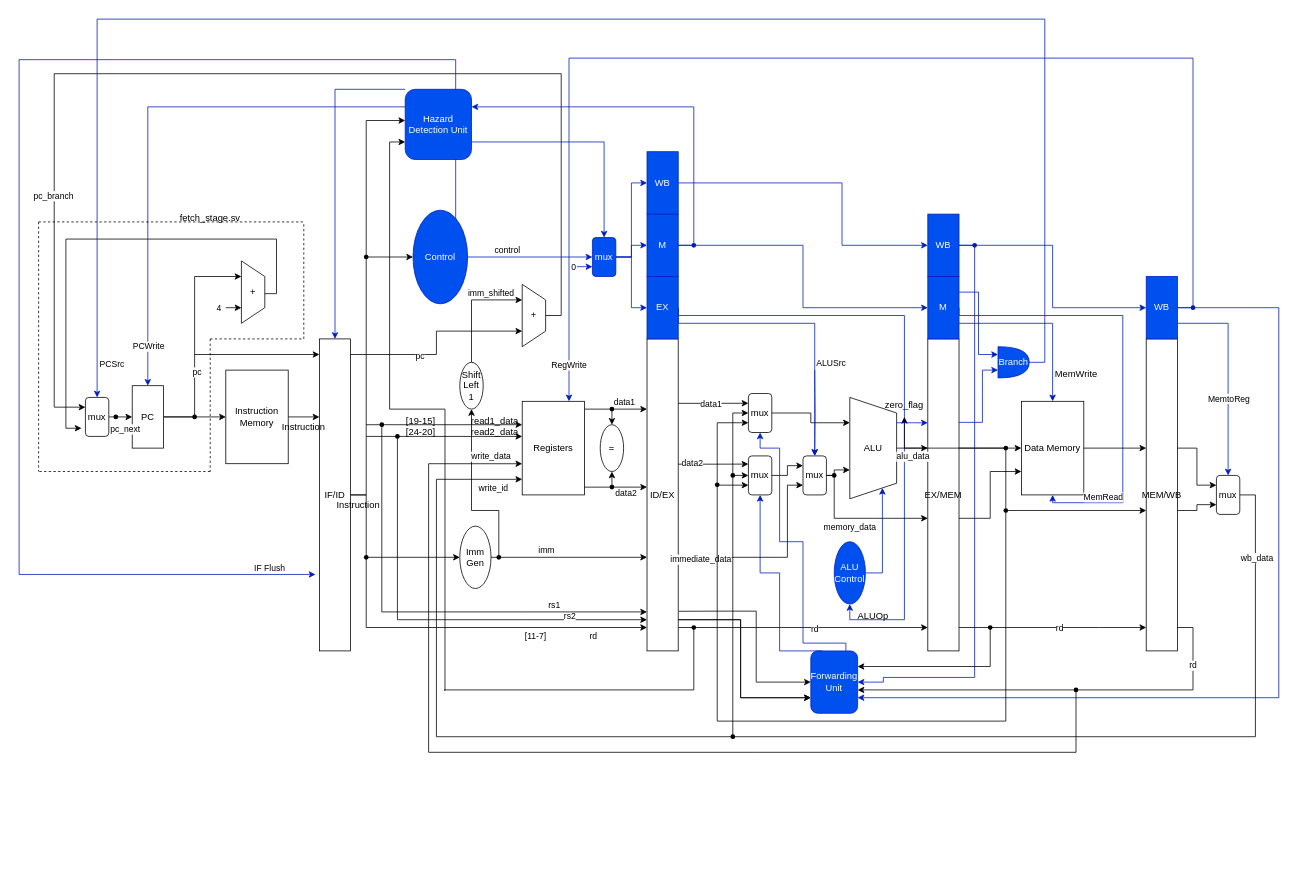
RISC-V-on-FPGA/riscv keeps this draw.io diagram as documentation/Architecture.drawio. Above is the earlier version. Source tidied: cells renumbered, new cells numbered last; positions are measured from the earlier drawing's top-left corner, leaving out a move shared by most shapes. Both pictures are drawn from the tidied source at 78%, with x=0, y=0 at pixel (19, 19).
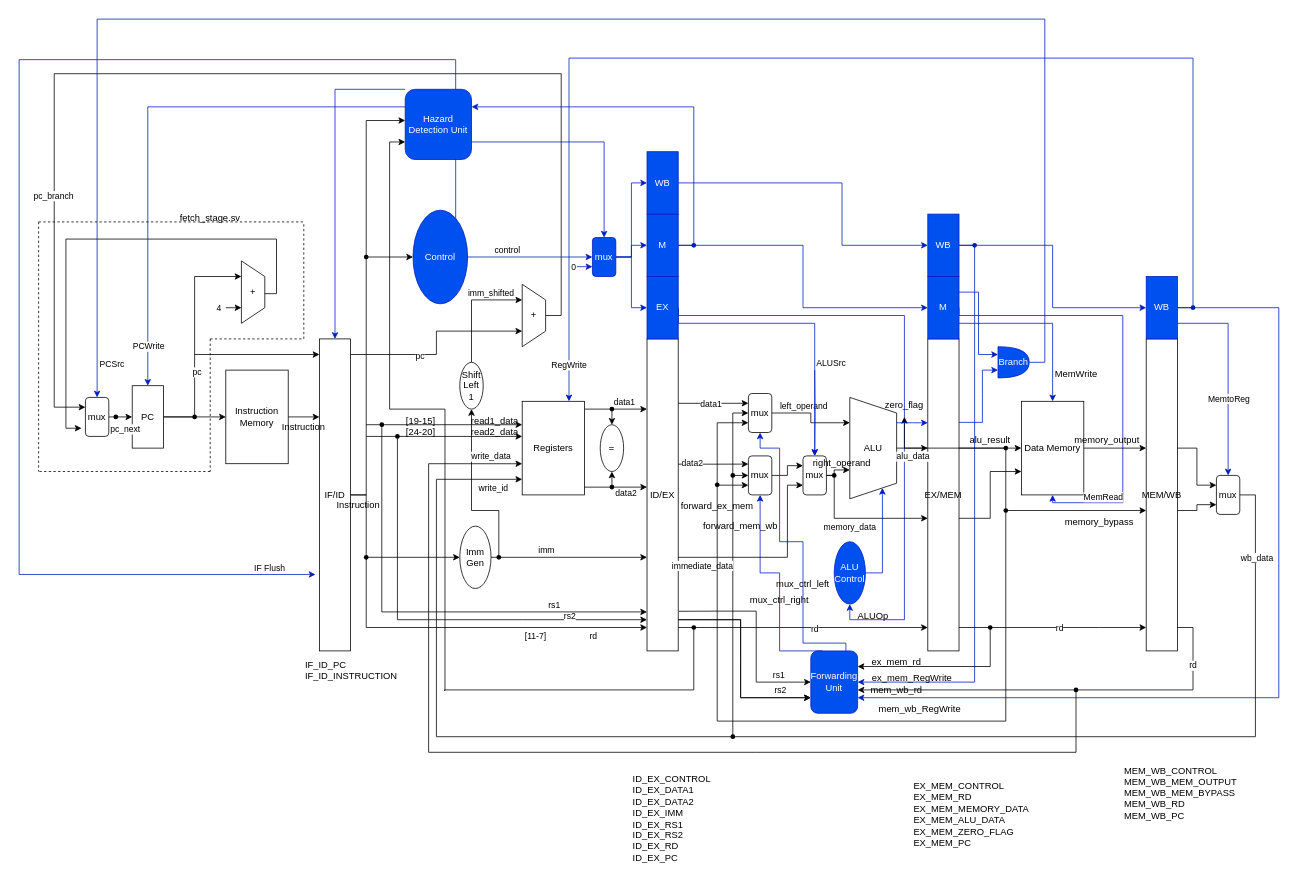
The same page after the edit.

Unchanged cells that the change refers to:
```xml
<mxCell id="56" style="edgeStyle=orthogonalEdgeStyle;rounded=0;jettySize=auto;html=1;exitX=1;exitY=0.5;exitDx=0;exitDy=0;entryX=0.25;entryY=1;entryDx=0;entryDy=0;" parent="1" edge="1" source="49" target="57">
  <mxGeometry relative="1" as="geometry" />
</mxCell>
<mxCell id="84" value="WB&lt;br&gt;" style="rounded=0;whiteSpace=wrap;html=1;fillColor=#0050ef;fontColor=#ffffff;strokeColor=#001DBC;" parent="1" vertex="1">
  <mxGeometry x="1165" y="250" width="40" height="80" as="geometry" />
</mxCell>
<mxCell id="124" style="endArrow=classic;html=1;rounded=0;entryX=0;entryY=0.5;entryDx=0;entryDy=0;exitX=1.022;exitY=0.873;exitDx=0;exitDy=0;exitPerimeter=0;" parent="1" edge="1" source="20">
  <mxGeometry relative="1" as="geometry">
    <mxPoint x="1015" y="850" as="targetPoint" />
    <Array as="points">
      <mxPoint x="895" y="759" />
      <mxPoint x="945" y="759" />
      <mxPoint x="945" y="850" />
    </Array>
  </mxGeometry>
</mxCell>
<mxCell id="126" style="endArrow=classic;html=1;rounded=0;entryX=0;entryY=0.5;entryDx=0;entryDy=0;" parent="1" edge="1">
  <mxGeometry relative="1" as="geometry">
    <mxPoint x="845" y="770" as="sourcePoint" />
    <mxPoint x="1015" y="870" as="targetPoint" />
    <Array as="points">
      <mxPoint x="925" y="770" />
      <mxPoint x="925" y="820" />
      <mxPoint x="925" y="870" />
    </Array>
  </mxGeometry>
</mxCell>
<mxCell id="132" value="Forwarding Unit&lt;br&gt;" style="rounded=1;whiteSpace=wrap;html=1;fillColor=#0050ef;fontColor=#ffffff;strokeColor=#001DBC;" parent="1" vertex="1">
  <mxGeometry x="1015" y="810" width="60" height="80" as="geometry" />
</mxCell>
<mxCell id="146" style="edgeStyle=orthogonalEdgeStyle;rounded=0;jettySize=auto;html=1;exitX=1;exitY=0.7;exitDx=0;exitDy=0;entryX=0;entryY=0.75;entryDx=0;entryDy=0;exitPerimeter=0;" parent="1" edge="1" source="20" target="64">
  <mxGeometry relative="1" as="geometry">
    <Array as="points">
      <mxPoint x="985" y="690" />
      <mxPoint x="985" y="598" />
    </Array>
  </mxGeometry>
</mxCell>
```

What changed in the source:
```diff
@@
+    <mxCell id="199" value="left_operand" style="edgeLabel;html=1;align=center;verticalAlign=middle;" parent="56" vertex="1">
+      <mxGeometry x="-0.52" y="-1" relative="1" as="geometry">
+        <mxPoint x="13" y="-11" as="offset" />
+      </mxGeometry>
+    </mxCell>
@@
     <mxCell id="83" style="edgeStyle=orthogonalEdgeStyle;rounded=0;jettySize=auto;html=1;exitX=1;exitY=0.5;exitDx=0;exitDy=0;entryX=1;entryY=0.5;entryDx=0;entryDy=0;fillColor=#0050ef;strokeColor=#001DBC;" parent="1" edge="1" source="84" target="132">
       <mxGeometry relative="1" as="geometry">
         <Array as="points">
           <mxPoint x="1225" y="290" />
-          <mxPoint x="1225" y="844" />
-          <mxPoint x="1108" y="844" />
-          <mxPoint x="1108" y="850" />
+          <mxPoint x="1225" y="850" />
         </Array>
       </mxGeometry>
     </mxCell>
@@
+    <mxCell id="200" value="&lt;div&gt;rs1&lt;/div&gt;" style="edgeLabel;html=1;align=center;verticalAlign=middle;" parent="124" vertex="1">
+      <mxGeometry x="0.68" y="-2" relative="1" as="geometry">
+        <mxPoint y="-12" as="offset" />
+      </mxGeometry>
+    </mxCell>
@@
+    <mxCell id="201" value="rs2" style="edgeLabel;html=1;align=center;verticalAlign=middle;" parent="126" vertex="1">
+      <mxGeometry x="0.62" y="1" relative="1" as="geometry">
+        <mxPoint x="11" y="-9" as="offset" />
+      </mxGeometry>
+    </mxCell>
@@
     <mxCell id="147" value="immediate_data" style="edgeLabel;html=1;align=center;verticalAlign=middle;" parent="146" vertex="1">
-      <mxGeometry x="-0.78" y="-2" relative="1" as="geometry" />
+      <mxGeometry x="-0.78" y="-2" relative="1" as="geometry">
+        <mxPoint x="2" y="8" as="offset" />
+      </mxGeometry>
     </mxCell>
@@
+    <mxCell id="202" value="mux_ctrl_left" style="text;html=1;align=center;verticalAlign=middle;whiteSpace=wrap;rounded=0;" parent="1" vertex="1">
+      <mxGeometry x="975" y="710" width="60" height="30" as="geometry" />
+    </mxCell>
+    <mxCell id="203" value="mux_ctrl_right" style="text;html=1;align=center;verticalAlign=middle;whiteSpace=wrap;rounded=0;" parent="1" vertex="1">
+      <mxGeometry x="945" y="730" width="60" height="30" as="geometry" />
+    </mxCell>
+    <mxCell id="204" value="right_operand" style="text;html=1;align=center;verticalAlign=middle;whiteSpace=wrap;rounded=0;" parent="1" vertex="1">
+      <mxGeometry x="1025" y="555" width="60" height="30" as="geometry" />
+    </mxCell>
+    <mxCell id="205" value="alu_result" style="text;html=1;align=center;verticalAlign=middle;whiteSpace=wrap;rounded=0;" parent="1" vertex="1">
+      <mxGeometry x="1215" y="525" width="60" height="30" as="geometry" />
+    </mxCell>
+    <mxCell id="206" value="memory_bypass" style="text;html=1;align=center;verticalAlign=middle;whiteSpace=wrap;rounded=0;" parent="1" vertex="1">
+      <mxGeometry x="1355" y="630" width="60" height="30" as="geometry" />
+    </mxCell>
+    <mxCell id="207" value="memory_output" style="text;html=1;align=center;verticalAlign=middle;whiteSpace=wrap;rounded=0;" parent="1" vertex="1">
+      <mxGeometry x="1365" y="525" width="60" height="30" as="geometry" />
+    </mxCell>
+    <mxCell id="208" value="forward_ex_mem" style="text;html=1;align=center;verticalAlign=middle;whiteSpace=wrap;rounded=0;" parent="1" vertex="1">
+      <mxGeometry x="865" y="610" width="60" height="30" as="geometry" />
+    </mxCell>
+    <mxCell id="209" value="forward_mem_wb" style="text;html=1;align=center;verticalAlign=middle;whiteSpace=wrap;rounded=0;" parent="1" vertex="1">
+      <mxGeometry x="895" y="635" width="60" height="30" as="geometry" />
+    </mxCell>
+    <mxCell id="210" value="mem_wb_RegWrite" style="text;html=1;align=center;verticalAlign=middle;whiteSpace=wrap;rounded=0;" parent="1" vertex="1">
+      <mxGeometry x="1125" y="870" width="60" height="30" as="geometry" />
+    </mxCell>
+    <mxCell id="211" value="ex_mem_RegWrite" style="text;html=1;align=center;verticalAlign=middle;whiteSpace=wrap;rounded=0;" parent="1" vertex="1">
+      <mxGeometry x="1115" y="830" width="60" height="30" as="geometry" />
+    </mxCell>
+    <mxCell id="212" value="ex_mem_rd" style="text;html=1;align=center;verticalAlign=middle;whiteSpace=wrap;rounded=0;" parent="1" vertex="1">
+      <mxGeometry x="1095" y="810" width="60" height="30" as="geometry" />
+    </mxCell>
+    <mxCell id="213" value="mem_wb_rd" style="text;html=1;align=center;verticalAlign=middle;whiteSpace=wrap;rounded=0;" parent="1" vertex="1">
+      <mxGeometry x="1095" y="845" width="60" height="30" as="geometry" />
+    </mxCell>
+    <mxCell id="214" value="&lt;div align=&quot;left&quot;&gt;IF_ID_PC&lt;br&gt;IF_ID_INSTRUCTION&lt;/div&gt;" style="text;html=1;align=left;verticalAlign=middle;whiteSpace=wrap;rounded=0;" parent="1" vertex="1">
+      <mxGeometry x="365" y="820" width="120" height="30" as="geometry" />
+    </mxCell>
+    <mxCell id="215" value="&lt;div align=&quot;left&quot;&gt;ID_EX_CONTROL&lt;br&gt;ID_EX_DATA1&lt;br&gt;ID_EX_DATA2&lt;br&gt;ID_EX_IMM&lt;br&gt;ID_EX_RS1&lt;br&gt;ID_EX_RS2&lt;br&gt;ID_EX_RD&lt;br&gt;ID_EX_PC&lt;/div&gt;" style="text;html=1;align=left;verticalAlign=middle;whiteSpace=wrap;rounded=0;" parent="1" vertex="1">
+      <mxGeometry x="785" y="950" width="110" height="150" as="geometry" />
+    </mxCell>
+    <mxCell id="216" value="EX_MEM_CONTROL&#10;EX_MEM_RD&#10;EX_MEM_MEMORY_DATA&#10;EX_MEM_ALU_DATA&#10;EX_MEM_ZERO_FLAG&#10;EX_MEM_PC" style="text;whiteSpace=wrap;" parent="1" vertex="1">
+      <mxGeometry x="1145" y="970" width="180" height="110" as="geometry" />
+    </mxCell>
+    <mxCell id="217" value="MEM_WB_CONTROL&#10;MEM_WB_MEM_OUTPUT&#10;MEM_WB_MEM_BYPASS&#10;MEM_WB_RD&#10;MEM_WB_PC" style="text;whiteSpace=wrap;" parent="1" vertex="1">
+      <mxGeometry x="1415" y="950" width="180" height="100" as="geometry" />
+    </mxCell>
```
